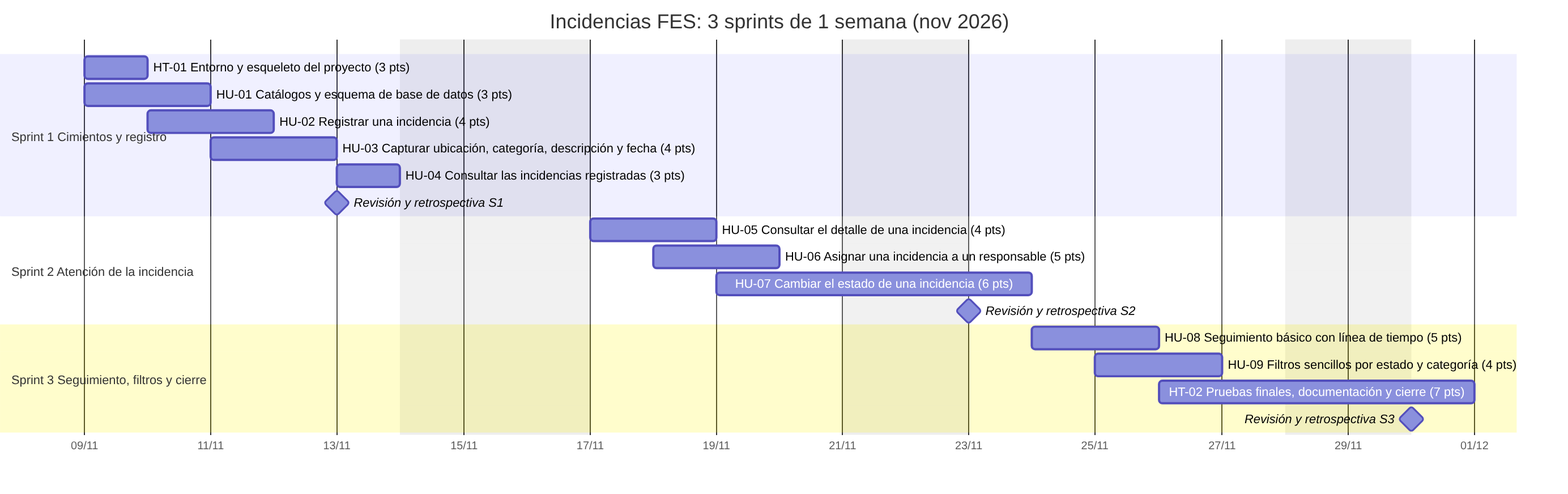
Before: docs/gantt.png, a diagram exported from Mermaid (angugo06/incidencias-fes). Its source is kept beside it as docs/gantt.mmd. The source it was exported from:
```mermaid
gantt
    title Incidencias FES: 3 sprints de 1 semana (nov 2026)
    dateFormat YYYY-MM-DD
    axisFormat %d/%m
    excludes weekends, 2026-11-16
    todayMarker off
    section Sprint 1 Cimientos y registro
    HT-01 Entorno y esqueleto del proyecto (3 pts) :ht-01, 2026-11-09, 1d
    HU-01 Catálogos y esquema de base de datos (3 pts) :hu-01, 2026-11-09, 2d
    HU-02 Registrar una incidencia (4 pts) :hu-02, 2026-11-10, 2d
    HU-03 Capturar ubicación, categoría, descripción y fecha (4 pts) :hu-03, 2026-11-11, 2d
    HU-04 Consultar las incidencias registradas (3 pts) :hu-04, 2026-11-13, 1d
    Revisión y retrospectiva S1 :milestone, 2026-11-13, 0d
    section Sprint 2 Atención de la incidencia
    HU-05 Consultar el detalle de una incidencia (4 pts) :hu-05, 2026-11-17, 2d
    HU-06 Asignar una incidencia a un responsable (5 pts) :hu-06, 2026-11-18, 2d
    HU-07 Cambiar el estado de una incidencia (6 pts) :hu-07, 2026-11-19, 3d
    Revisión y retrospectiva S2 :milestone, 2026-11-23, 0d
    section Sprint 3 Seguimiento, filtros y cierre
    HU-08 Seguimiento básico con línea de tiempo (5 pts) :hu-08, 2026-11-24, 2d
    HU-09 Filtros sencillos por estado y categoría (4 pts) :hu-09, 2026-11-25, 2d
    HT-02 Pruebas finales, documentación y cierre (7 pts) :ht-02, 2026-11-26, 3d
    Revisión y retrospectiva S3 :milestone, 2026-11-30, 0d
```
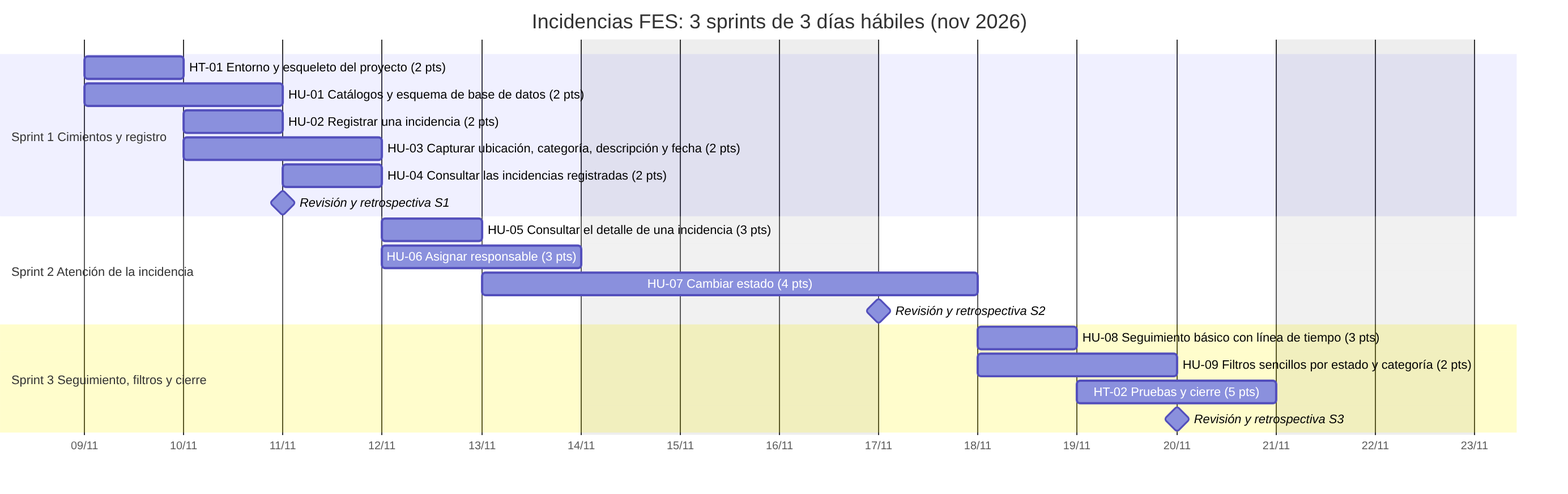
The same file after the commit.

The edit, as a diff of the source:
```diff
@@ -1,23 +1,23 @@
 gantt
-    title Incidencias FES: 3 sprints de 1 semana (nov 2026)
+    title Incidencias FES: 3 sprints de 3 días hábiles (nov 2026)
     dateFormat YYYY-MM-DD
     axisFormat %d/%m
     excludes weekends, 2026-11-16
     todayMarker off
     section Sprint 1 Cimientos y registro
-    HT-01 Entorno y esqueleto del proyecto (3 pts) :ht-01, 2026-11-09, 1d
-    HU-01 Catálogos y esquema de base de datos (3 pts) :hu-01, 2026-11-09, 2d
-    HU-02 Registrar una incidencia (4 pts) :hu-02, 2026-11-10, 2d
-    HU-03 Capturar ubicación, categoría, descripción y fecha (4 pts) :hu-03, 2026-11-11, 2d
-    HU-04 Consultar las incidencias registradas (3 pts) :hu-04, 2026-11-13, 1d
-    Revisión y retrospectiva S1 :milestone, 2026-11-13, 0d
+    HT-01 Entorno y esqueleto del proyecto (2 pts) :ht-01, 2026-11-09, 1d
+    HU-01 Catálogos y esquema de base de datos (2 pts) :hu-01, 2026-11-09, 2d
+    HU-02 Registrar una incidencia (2 pts) :hu-02, 2026-11-10, 1d
+    HU-03 Capturar ubicación, categoría, descripción y fecha (2 pts) :hu-03, 2026-11-10, 2d
+    HU-04 Consultar las incidencias registradas (2 pts) :hu-04, 2026-11-11, 1d
+    Revisión y retrospectiva S1 :milestone, 2026-11-11, 0d
     section Sprint 2 Atención de la incidencia
-    HU-05 Consultar el detalle de una incidencia (4 pts) :hu-05, 2026-11-17, 2d
-    HU-06 Asignar una incidencia a un responsable (5 pts) :hu-06, 2026-11-18, 2d
-    HU-07 Cambiar el estado de una incidencia (6 pts) :hu-07, 2026-11-19, 3d
-    Revisión y retrospectiva S2 :milestone, 2026-11-23, 0d
+    HU-05 Consultar el detalle de una incidencia (3 pts) :hu-05, 2026-11-12, 1d
+    HU-06 Asignar responsable (3 pts) :hu-06, 2026-11-12, 2d
+    HU-07 Cambiar estado (4 pts) :hu-07, 2026-11-13, 2d
+    Revisión y retrospectiva S2 :milestone, 2026-11-17, 0d
     section Sprint 3 Seguimiento, filtros y cierre
-    HU-08 Seguimiento básico con línea de tiempo (5 pts) :hu-08, 2026-11-24, 2d
-    HU-09 Filtros sencillos por estado y categoría (4 pts) :hu-09, 2026-11-25, 2d
-    HT-02 Pruebas finales, documentación y cierre (7 pts) :ht-02, 2026-11-26, 3d
-    Revisión y retrospectiva S3 :milestone, 2026-11-30, 0d
+    HU-08 Seguimiento básico con línea de tiempo (3 pts) :hu-08, 2026-11-18, 1d
+    HU-09 Filtros sencillos por estado y categoría (2 pts) :hu-09, 2026-11-18, 2d
+    HT-02 Pruebas y cierre (5 pts) :ht-02, 2026-11-19, 2d
+    Revisión y retrospectiva S3 :milestone, 2026-11-20, 0d
```
